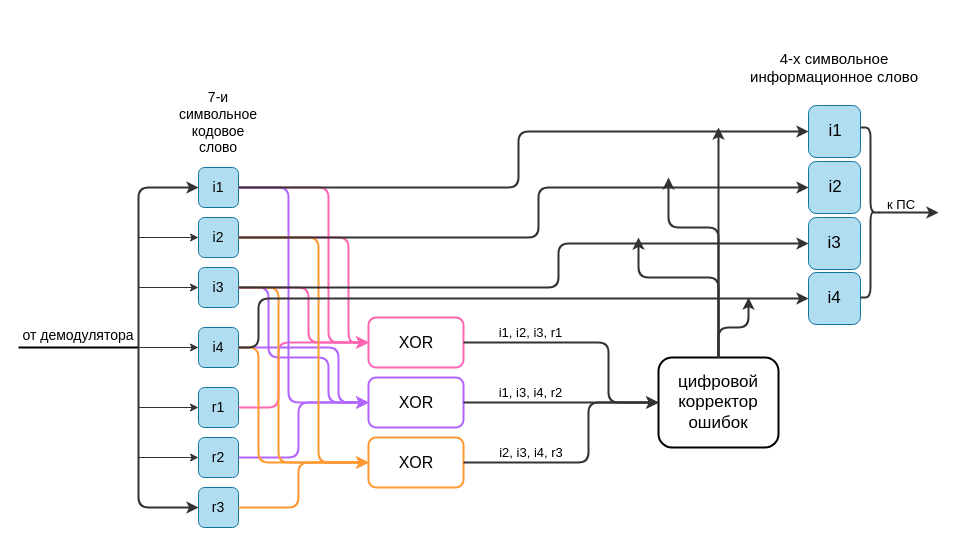
This is page "Страница 1" (1 of 2) of 1st semester/computer science/Диаграмма без названия.drawio from 7Kseniya/itmo, a draw.io file, before an edit. Source tidied: cells renumbered, new cells numbered last; positions are measured from the earlier drawing's top-left corner, leaving out a move shared by most shapes. Both pictures are drawn from the tidied source at 100%, with x=0, y=0 at pixel (18, 17).
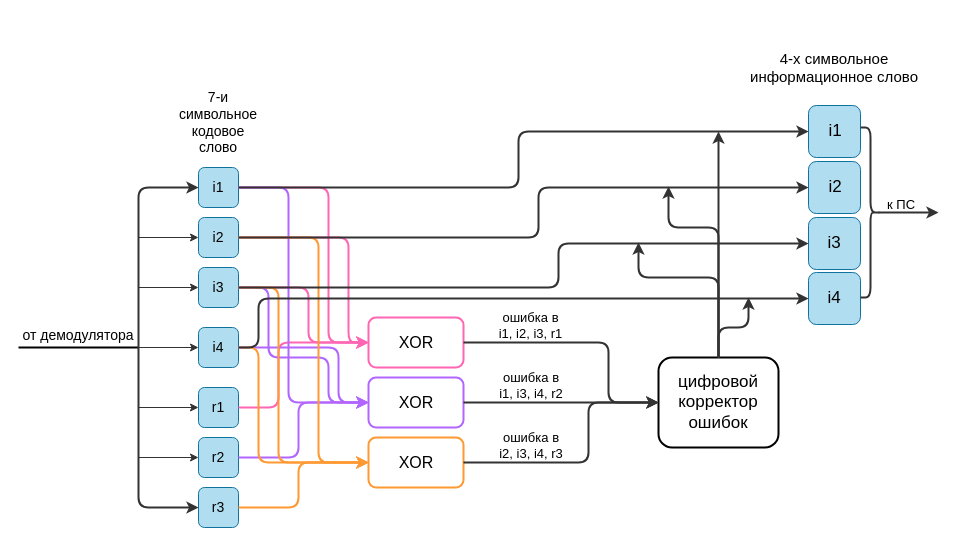
After the change.

The change refers to these unchanged cells:
```xml
<mxCell id="44" style="rounded=1;whiteSpace=wrap;html=1;fillStyle=auto;strokeWidth=2;fontSize=16;" parent="1" vertex="1">
  <mxGeometry x="640" y="340" width="120" height="90" as="geometry" />
</mxCell>
```

The edit, as a diff of the source:
```diff
@@
-    <mxCell id="58" value="i1, i2, i3, r1" style="text;html=1;strokeColor=none;fillColor=none;align=center;verticalAlign=middle;whiteSpace=wrap;rounded=0;fillStyle=auto;strokeWidth=2;fontSize=13;" parent="1" vertex="1">
-      <mxGeometry x="470" y="300" width="85" height="30" as="geometry" />
+    <mxCell id="58" value="ошибка в &lt;br&gt;i1, i2, i3, r1" style="text;html=1;strokeColor=none;fillColor=none;align=center;verticalAlign=middle;whiteSpace=wrap;rounded=0;fillStyle=auto;strokeWidth=2;fontSize=13;" parent="1" vertex="1">
+      <mxGeometry x="470" y="293" width="85" height="30" as="geometry" />
     </mxCell>
-    <mxCell id="59" value="i1, i3, i4, r2" style="text;html=1;strokeColor=none;fillColor=none;align=center;verticalAlign=middle;whiteSpace=wrap;rounded=0;fillStyle=auto;strokeWidth=2;fontSize=13;" parent="1" vertex="1">
-      <mxGeometry x="470" y="360" width="85" height="30" as="geometry" />
+    <mxCell id="59" value="ошибка в i1, i3, i4, r2" style="text;html=1;strokeColor=none;fillColor=none;align=center;verticalAlign=middle;whiteSpace=wrap;rounded=0;fillStyle=auto;strokeWidth=2;fontSize=13;" parent="1" vertex="1">
+      <mxGeometry x="477.5" y="353" width="70" height="30" as="geometry" />
     </mxCell>
-    <mxCell id="60" value="i2, i3, i4, r3" style="text;html=1;strokeColor=none;fillColor=none;align=center;verticalAlign=middle;whiteSpace=wrap;rounded=0;fillStyle=auto;strokeWidth=2;fontSize=13;" parent="1" vertex="1">
-      <mxGeometry x="477.5" y="420" width="70" height="30" as="geometry" />
+    <mxCell id="60" value="ошибка в i2, i3, i4, r3" style="text;html=1;strokeColor=none;fillColor=none;align=center;verticalAlign=middle;whiteSpace=wrap;rounded=0;fillStyle=auto;strokeWidth=2;fontSize=13;" parent="1" vertex="1">
+      <mxGeometry x="477.5" y="413" width="70" height="30" as="geometry" />
     </mxCell>
@@
     <mxCell id="62" style="endArrow=classic;html=1;rounded=1;strokeColor=#333333;strokeWidth=2;fontSize=13;exitX=0.5;exitY=0;exitDx=0;exitDy=0;" parent="1" edge="1" source="44">
       <mxGeometry relative="1" as="geometry">
-        <mxPoint x="620" y="220" as="targetPoint" />
+        <mxPoint x="620" y="225" as="targetPoint" />
         <Array as="points">
           <mxPoint x="700" y="260" />
           <mxPoint x="620" y="260" />
         </Array>
       </mxGeometry>
     </mxCell>
     <mxCell id="63" style="endArrow=classic;html=1;rounded=1;strokeColor=#333333;strokeWidth=2;fontSize=13;exitX=0.5;exitY=0;exitDx=0;exitDy=0;" parent="1" edge="1" source="44">
       <mxGeometry relative="1" as="geometry">
-        <mxPoint x="650" y="160" as="targetPoint" />
+        <mxPoint x="650" y="169" as="targetPoint" />
         <Array as="points">
           <mxPoint x="700" y="210" />
           <mxPoint x="650" y="210" />
         </Array>
       </mxGeometry>
     </mxCell>
     <mxCell id="64" style="endArrow=classic;html=1;rounded=1;strokeColor=#333333;strokeWidth=2;fontSize=13;exitX=0.5;exitY=0;exitDx=0;exitDy=0;" parent="1" edge="1" source="44">
       <mxGeometry relative="1" as="geometry">
-        <mxPoint x="700" y="110" as="targetPoint" />
+        <mxPoint x="700" y="114" as="targetPoint" />
       </mxGeometry>
     </mxCell>
```
